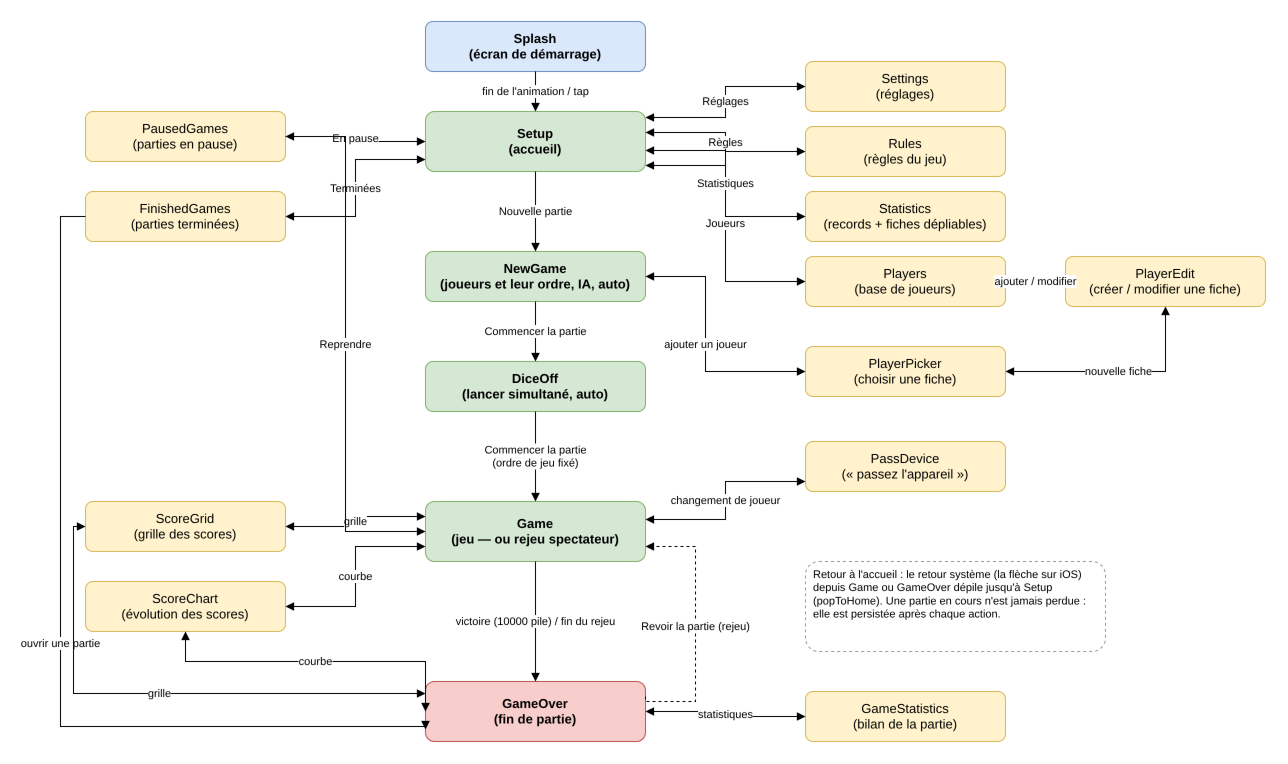
Before: docs/screen-flow.png, a diagram exported from draw.io (microscotch/tenk). Source tidied: cells renumbered, new cells last; positions are measured from the earlier drawing's top-left corner, leaving out a move shared by most shapes.
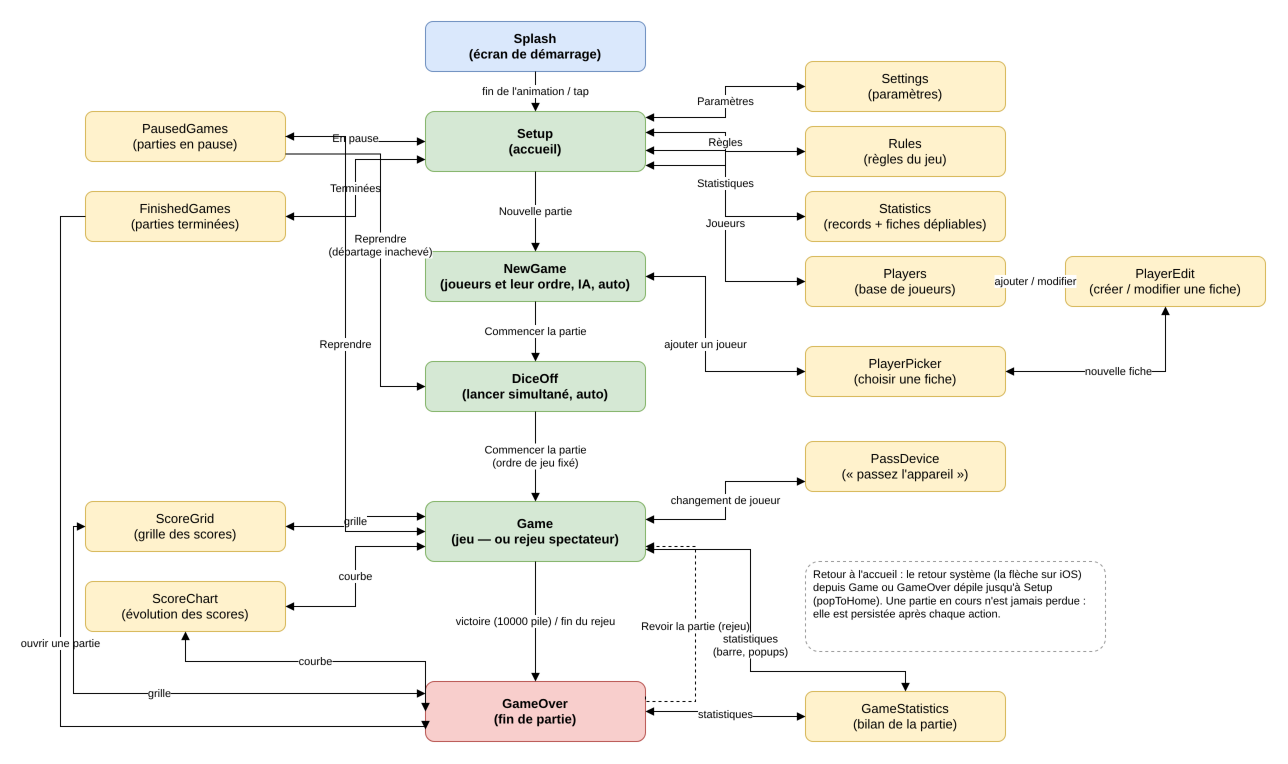
After the change.

The edit, as a diff of the source:
```diff
@@ -17,7 +17,7 @@
     <mxCell id="6" value="Statistics&#10;(records + fiches dépliables)" style="rounded=1;whiteSpace=wrap;html=1;fillColor=#fff2cc;strokeColor=#d6b656;fontSize=13;" parent="1" vertex="1">
       <mxGeometry x="745" y="170" width="200" height="50" as="geometry" />
     </mxCell>
-    <mxCell id="7" value="Settings&#10;(réglages)" style="rounded=1;whiteSpace=wrap;html=1;fillColor=#fff2cc;strokeColor=#d6b656;fontSize=13;" parent="1" vertex="1">
+    <mxCell id="7" value="Settings&#10;(paramètres)" style="rounded=1;whiteSpace=wrap;html=1;fillColor=#fff2cc;strokeColor=#d6b656;fontSize=13;" parent="1" vertex="1">
       <mxGeometry x="745" y="40" width="200" height="50" as="geometry" />
     </mxCell>
     <mxCell id="8" value="Rules&#10;(règles du jeu)" style="rounded=1;whiteSpace=wrap;html=1;fillColor=#fff2cc;strokeColor=#d6b656;fontSize=13;" parent="1" vertex="1">
@@ -62,7 +62,7 @@
     <mxCell id="21" value="fin de l'animation / tap" style="edgeStyle=orthogonalEdgeStyle;rounded=0;html=1;fontSize=11;endArrow=block;endFill=1;" parent="1" edge="1" source="2" target="3">
       <mxGeometry relative="1" as="geometry" />
     </mxCell>
-    <mxCell id="22" value="Réglages" style="edgeStyle=orthogonalEdgeStyle;rounded=0;html=1;fontSize=11;startArrow=block;startFill=1;endArrow=block;endFill=1;exitX=1;exitY=0.1;entryX=0;entryY=0.5;" parent="1" edge="1" source="3" target="7">
+    <mxCell id="22" value="Paramètres" style="edgeStyle=orthogonalEdgeStyle;rounded=0;html=1;fontSize=11;startArrow=block;startFill=1;endArrow=block;endFill=1;exitX=1;exitY=0.1;entryX=0;entryY=0.5;" parent="1" edge="1" source="3" target="7">
       <mxGeometry relative="1" as="geometry" />
     </mxCell>
     <mxCell id="23" value="Règles" style="edgeStyle=orthogonalEdgeStyle;rounded=0;html=1;fontSize=11;startArrow=block;startFill=1;endArrow=block;endFill=1;exitX=1;exitY=0.35;entryX=0;entryY=0.5;" parent="1" edge="1" source="3" target="8">
@@ -112,6 +112,14 @@
     <mxCell id="36" value="courbe" style="edgeStyle=orthogonalEdgeStyle;rounded=0;html=1;fontSize=11;startArrow=block;startFill=1;endArrow=block;endFill=1;exitX=0;exitY=0.75;entryX=1;entryY=0.5;" parent="1" edge="1" source="15" target="17">
       <mxGeometry relative="1" as="geometry" />
     </mxCell>
+    <mxCell id="44" value="Reprendre&#10;(départage inachevé)" style="edgeStyle=orthogonalEdgeStyle;rounded=0;html=1;fontSize=11;endArrow=block;endFill=1;exitX=1;exitY=0.85;entryX=0;entryY=0.5;labelBackgroundColor=#ffffff;" parent="1" edge="1" source="4" target="13">
+      <mxGeometry relative="1" as="geometry">
+        <Array as="points">
+          <mxPoint x="320" y="132" />
+          <mxPoint x="320" y="365" />
+        </Array>
+      </mxGeometry>
+    </mxCell>
     <mxCell id="37" value="Reprendre" style="edgeStyle=orthogonalEdgeStyle;rounded=0;html=1;fontSize=11;endArrow=block;endFill=1;exitX=1;exitY=0.5;entryX=0;entryY=0.5;" parent="1" edge="1" source="4" target="15">
       <mxGeometry relative="1" as="geometry">
         <Array as="points">
@@ -146,6 +154,15 @@
         </Array>
       </mxGeometry>
     </mxCell>
+    <mxCell id="45" value="statistiques&#10;(barre, popups)" style="edgeStyle=orthogonalEdgeStyle;rounded=0;html=1;fontSize=11;startArrow=block;startFill=1;endArrow=block;endFill=1;exitX=1;exitY=0.8;entryX=0.5;entryY=0;labelBackgroundColor=#ffffff;" parent="1" edge="1" source="15" target="19">
+      <mxGeometry relative="1" as="geometry">
+        <Array as="points">
+          <mxPoint x="690" y="528" />
+          <mxPoint x="690" y="650" />
+          <mxPoint x="845" y="650" />
+        </Array>
+      </mxGeometry>
+    </mxCell>
     <mxCell id="42" value="statistiques" style="edgeStyle=orthogonalEdgeStyle;rounded=0;html=1;fontSize=11;startArrow=block;startFill=1;endArrow=block;endFill=1;exitX=1;exitY=0.5;entryX=0;entryY=0.5;" parent="1" edge="1" source="18" target="19">
       <mxGeometry relative="1" as="geometry" />
     </mxCell>
```
